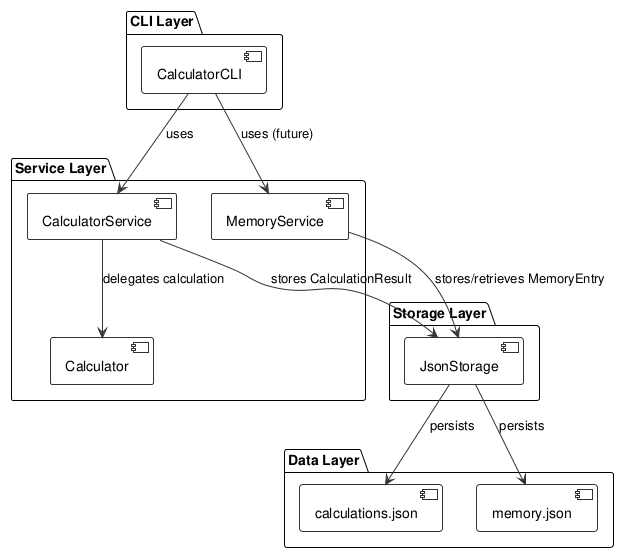
Above: experiments/broadcast/structured_text/calculator/artifacts/component_diagram.png in DanielRiha8906/Software_autoevolution_using_agents (PlantUML), before the change.
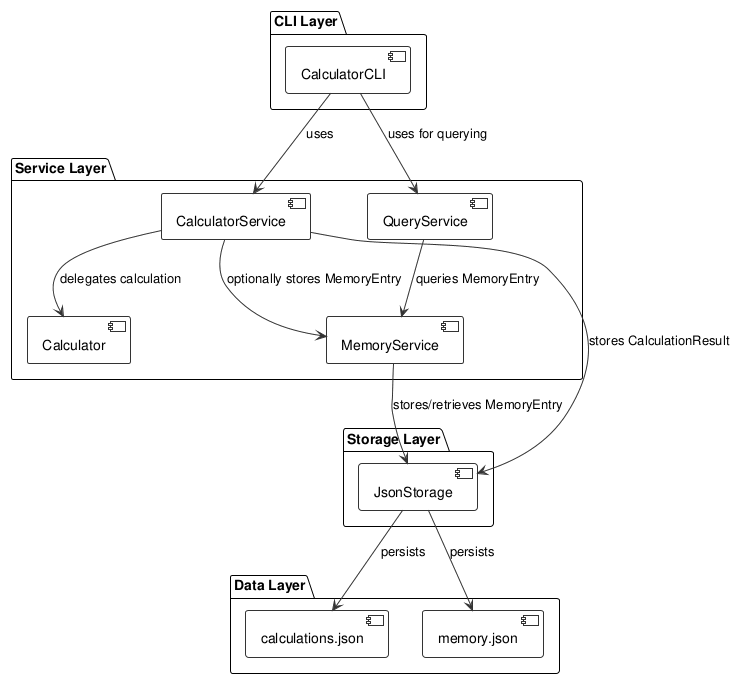
The same file after the commit.

The edit, as a diff of the source:
```diff
@@ -12,6 +12,7 @@
 package "Service Layer" {
   component [CalculatorService] as CalcService
   component [MemoryService] as MemService
+  component [QueryService] as QuerySvc
   component [Calculator] as CalcLogic
 }
 
@@ -25,12 +26,15 @@
 }
 
 CLI --> CalcService: uses
-CLI --> MemService: uses (future)
+CLI --> QuerySvc: uses for querying
 
 CalcService --> CalcLogic: delegates calculation
 CalcService --> Storage: stores CalculationResult
+CalcService --> MemService: optionally stores MemoryEntry
 
 MemService --> Storage: stores/retrieves MemoryEntry
+
+QuerySvc --> MemService: queries MemoryEntry
 
 Storage --> CalcFile: persists
 Storage --> MemFile: persists
```
